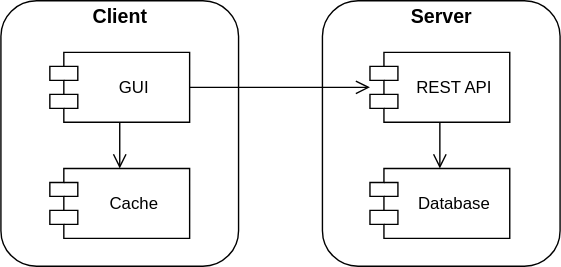
Before: src/pages/dev/R5-06-VCOD-A/W2/CM/assets/Deployment.svg, a diagram exported from draw.io (denis-migdal-WebSites/Cours). Source tidied: cells renumbered, new cells last; positions are measured from the earlier drawing's top-left corner, leaving out a move shared by most shapes.
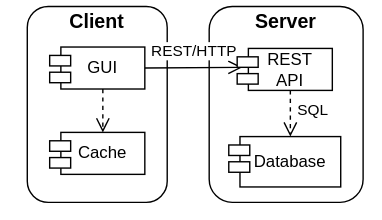
After the change.

What changed in the source:
```diff
@@ -3,37 +3,86 @@
     <mxCell id="0" />
     <mxCell id="1" parent="0" />
     <mxCell id="2" style="rounded=1;whiteSpace=wrap;html=1;" parent="1" vertex="1">
-      <mxGeometry width="170" height="190" as="geometry" />
+      <mxGeometry x="40" width="100" height="140" as="geometry" />
     </mxCell>
     <mxCell id="3" style="rounded=1;whiteSpace=wrap;html=1;" parent="1" vertex="1">
-      <mxGeometry x="230" width="170" height="190" as="geometry" />
+      <mxGeometry x="170" width="110" height="140" as="geometry" />
     </mxCell>
-    <mxCell id="4" style="endArrow=open;startArrow=none;endFill=0;startFill=0;endSize=8;html=1;verticalAlign=bottom;labelBackgroundColor=none;strokeWidth=1;rounded=0;exitX=1;exitY=0.5;exitDx=0;exitDy=0;entryX=0;entryY=0.5;entryDx=0;entryDy=0;entryPerimeter=0;" parent="1" edge="1" source="6" target="11">
+    <mxCell id="4" style="endArrow=open;startArrow=none;endFill=0;startFill=0;endSize=8;html=1;verticalAlign=bottom;labelBackgroundColor=none;strokeWidth=1;rounded=0;exitX=1;exitY=0.5;exitDx=0;exitDy=0;entryX=0.25;entryY=1;entryDx=0;entryDy=0;" parent="1" edge="1" source="6" target="22">
       <mxGeometry relative="1" as="geometry" />
     </mxCell>
+    <mxCell id="13" value="REST/HTTP" style="edgeLabel;html=1;align=center;verticalAlign=middle;" parent="4" vertex="1">
+      <mxGeometry x="-0.09" y="1" relative="1" as="geometry">
+        <mxPoint x="3" y="-11" as="offset" />
+      </mxGeometry>
+    </mxCell>
     <mxCell id="5" value="&lt;b&gt;&lt;font style=&quot;font-size: 14px;&quot;&gt;Client&lt;/font&gt;&lt;/b&gt;" style="text;html=1;align=center;verticalAlign=middle;whiteSpace=wrap;rounded=0;" parent="1" vertex="1">
-      <mxGeometry x="20" y="6" width="130" height="10" as="geometry" />
+      <mxGeometry x="25" y="6" width="130" height="10" as="geometry" />
     </mxCell>
-    <mxCell id="6" value="GUI" style="shape=module;align=left;spacingLeft=20;align=center;verticalAlign=middle;whiteSpace=wrap;html=1;" parent="1" vertex="1">
-      <mxGeometry x="35" y="37" width="100" height="50" as="geometry" />
-    </mxCell>
-    <mxCell id="7" value="Cache" style="shape=module;align=left;spacingLeft=20;align=center;verticalAlign=middle;whiteSpace=wrap;html=1;" parent="1" vertex="1">
-      <mxGeometry x="35" y="120" width="100" height="50" as="geometry" />
-    </mxCell>
-    <mxCell id="8" style="endArrow=open;startArrow=none;endFill=0;startFill=0;endSize=8;html=1;verticalAlign=bottom;labelBackgroundColor=none;strokeWidth=1;rounded=0;exitX=0.5;exitY=1;exitDx=0;exitDy=0;entryX=0.5;entryY=0;entryDx=0;entryDy=0;" parent="1" edge="1" source="6" target="7">
+    <mxCell id="8" style="endArrow=open;startArrow=none;endFill=0;startFill=0;endSize=8;html=1;verticalAlign=bottom;labelBackgroundColor=none;strokeWidth=1;rounded=0;exitX=0.5;exitY=1;exitDx=0;exitDy=0;entryX=0.5;entryY=0;entryDx=0;entryDy=0;dashed=1;" parent="1" edge="1" source="6" target="7">
       <mxGeometry relative="1" as="geometry" />
     </mxCell>
     <mxCell id="9" value="&lt;b&gt;&lt;font style=&quot;font-size: 14px;&quot;&gt;Server&lt;/font&gt;&lt;/b&gt;" style="text;html=1;align=center;verticalAlign=middle;whiteSpace=wrap;rounded=0;" parent="1" vertex="1">
-      <mxGeometry x="250" y="6" width="130" height="10" as="geometry" />
+      <mxGeometry x="160" y="6" width="130" height="10" as="geometry" />
     </mxCell>
+    <mxCell id="12" style="endArrow=open;startArrow=none;endFill=0;startFill=0;endSize=8;html=1;verticalAlign=bottom;labelBackgroundColor=none;strokeWidth=1;rounded=0;exitX=0.5;exitY=1;exitDx=0;exitDy=0;entryX=0.5;entryY=0;entryDx=0;entryDy=0;dashed=1;" parent="1" edge="1" source="11" target="10">
+      <mxGeometry relative="1" as="geometry" />
+    </mxCell>
+    <mxCell id="14" value="SQL" style="edgeLabel;html=1;align=center;verticalAlign=middle;" parent="12" vertex="1">
+      <mxGeometry x="-0.27" relative="1" as="geometry">
+        <mxPoint x="15" y="1" as="offset" />
+      </mxGeometry>
+    </mxCell>
+    <mxCell id="15" style="group;" parent="1" vertex="1">
+      <mxGeometry x="56" y="29" width="68" height="30" as="geometry" />
+    </mxCell>
+    <mxCell id="6" value="GUI" style="rounded=0;whiteSpace=wrap;html=1;" parent="15" vertex="1">
+      <mxGeometry x="8" width="60" height="30" as="geometry" />
+    </mxCell>
+    <mxCell id="16" style="rounded=0;whiteSpace=wrap;html=1;" parent="15" vertex="1">
+      <mxGeometry y="6" width="15" height="7.5" as="geometry" />
+    </mxCell>
+    <mxCell id="17" style="rounded=0;whiteSpace=wrap;html=1;" parent="15" vertex="1">
+      <mxGeometry y="18" width="15" height="7.5" as="geometry" />
+    </mxCell>
+    <mxCell id="18" style="group;" parent="1" vertex="1">
+      <mxGeometry x="56" y="90" width="68" height="30" as="geometry" />
+    </mxCell>
+    <mxCell id="7" value="Cache" style="rounded=0;whiteSpace=wrap;html=1;" parent="18" vertex="1">
+      <mxGeometry x="8" width="60" height="30" as="geometry" />
+    </mxCell>
+    <mxCell id="19" style="rounded=0;whiteSpace=wrap;html=1;" parent="18" vertex="1">
+      <mxGeometry y="6" width="15" height="7.5" as="geometry" />
+    </mxCell>
+    <mxCell id="20" style="rounded=0;whiteSpace=wrap;html=1;" parent="18" vertex="1">
+      <mxGeometry y="18" width="15" height="7.5" as="geometry" />
+    </mxCell>
+    <mxCell id="21" style="group;" parent="1" vertex="1">
+      <mxGeometry x="190" y="30" width="68" height="30" as="geometry" />
+    </mxCell>
+    <mxCell id="11" value="REST&lt;div&gt;API&lt;/div&gt;" style="rounded=0;whiteSpace=wrap;html=1;" parent="21" vertex="1">
+      <mxGeometry x="8" width="60" height="30" as="geometry" />
+    </mxCell>
+    <mxCell id="22" style="rounded=0;whiteSpace=wrap;html=1;" parent="21" vertex="1">
+      <mxGeometry y="6" width="15" height="7.5" as="geometry" />
+    </mxCell>
+    <mxCell id="23" style="rounded=0;whiteSpace=wrap;html=1;" parent="21" vertex="1">
+      <mxGeometry y="18" width="15" height="7.5" as="geometry" />
+    </mxCell>
+    <mxCell id="24" style="group;" parent="1" vertex="1">
+      <mxGeometry x="184" y="93" width="80" height="36" as="geometry" />
+    </mxCell>
-    <mxCell id="10" value="Database" style="shape=module;align=left;spacingLeft=20;align=center;verticalAlign=middle;whiteSpace=wrap;html=1;" parent="1" vertex="1">
-      <mxGeometry x="264" y="120" width="100" height="50" as="geometry" />
+    <mxCell id="10" value="Database" style="rounded=0;whiteSpace=wrap;html=1;" parent="24" vertex="1">
+      <mxGeometry x="8" width="72" height="36" as="geometry" />
     </mxCell>
-    <mxCell id="11" value="REST API" style="shape=module;align=left;spacingLeft=20;align=center;verticalAlign=middle;whiteSpace=wrap;html=1;points=[[0,0,0,0,15],[0,0,0,0,35],[0,0,0,10,0],[0,0.5,0,0,0],[0,1,0,10,0],[0.25,0,0,0,0],[0.25,1,0,0,0],[0.5,0,0,0,0],[0.5,1,0,0,0],[0.75,0,0,0,0],[0.75,1,0,0,0],[1,0,0,0,0],[1,0.25,0,0,0],[1,0.5,0,0,0],[1,0.75,0,0,0],[1,1,0,0,0]];" parent="1" vertex="1">
-      <mxGeometry x="264" y="37" width="100" height="50" as="geometry" />
-    </mxCell>
-    <mxCell id="12" style="endArrow=open;startArrow=none;endFill=0;startFill=0;endSize=8;html=1;verticalAlign=bottom;labelBackgroundColor=none;strokeWidth=1;rounded=0;exitX=0.5;exitY=1;exitDx=0;exitDy=0;entryX=0.5;entryY=0;entryDx=0;entryDy=0;" parent="1" edge="1" source="11" target="10">
-      <mxGeometry relative="1" as="geometry" />
-    </mxCell>
+    <mxCell id="25" style="rounded=0;whiteSpace=wrap;html=1;" parent="24" vertex="1">
+      <mxGeometry y="6" width="15" height="7.5" as="geometry" />
+    </mxCell>
+    <mxCell id="26" style="rounded=0;whiteSpace=wrap;html=1;" parent="24" vertex="1">
+      <mxGeometry y="18" width="15" height="7.5" as="geometry" />
+    </mxCell>
+    <mxCell id="27" style="edgeStyle=orthogonalEdgeStyle;rounded=0;orthogonalLoop=1;jettySize=auto;html=1;exitX=0.5;exitY=1;exitDx=0;exitDy=0;" parent="1" edge="1" source="3" target="3">
+      <mxGeometry relative="1" as="geometry" />
+    </mxCell>
   </root>
 </mxGraphModel>
```
